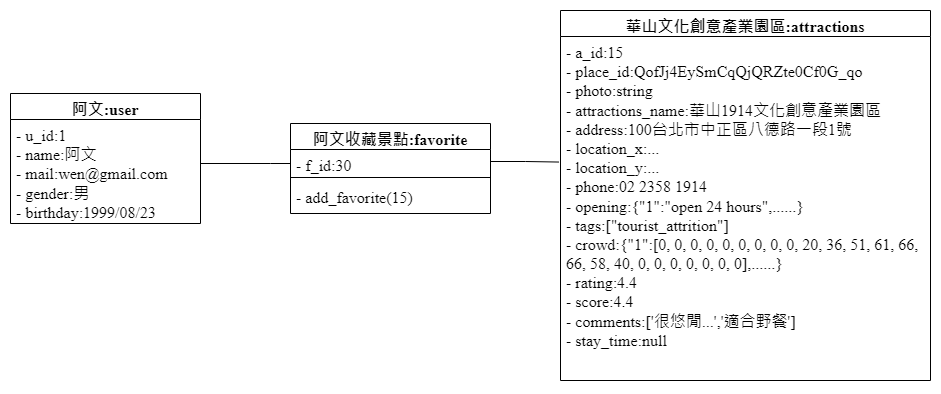
Earlier version of the draw.io export 物件圖-景點資訊0430.png (10946009/ntub_112403). Source tidied: cells renumbered, new cells last; positions are measured from the earlier drawing's top-left corner, leaving out a move shared by most shapes.
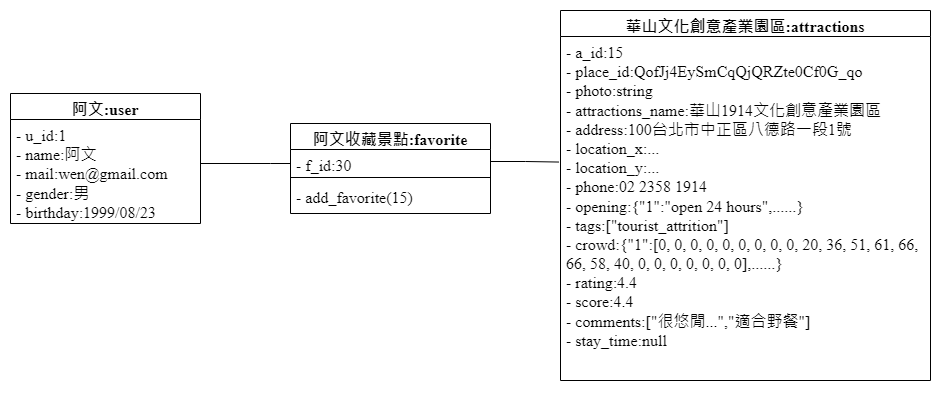
After the change.

Change to the diagram source:
```diff
@@ -5,7 +5,7 @@
     <mxCell id="2" value="華山文化創意產業園區:attractions" style="swimlane;fontStyle=1;align=center;verticalAlign=top;horizontal=1;startSize=26;whiteSpace=wrap;html=1;fontFamily=Times New Roman;fontSize=16;" parent="1" vertex="1">
       <mxGeometry x="550" width="370" height="370" as="geometry" />
     </mxCell>
-    <mxCell id="3" value="- a_id:15&lt;br style=&quot;border-color: var(--border-color);&quot;&gt;- place_id:QofJj4EySmCqQjQRZte0Cf0G_qo&lt;br style=&quot;border-color: var(--border-color);&quot;&gt;- photo:string&lt;br style=&quot;border-color: var(--border-color);&quot;&gt;&lt;span style=&quot;border-color: var(--border-color);&quot;&gt;- attractions_name:華山1914文化創意產業園區&lt;/span&gt;&lt;br style=&quot;border-color: var(--border-color);&quot;&gt;&lt;span style=&quot;border-color: var(--border-color);&quot;&gt;- address:100台北市中正區八德路一段1號&lt;/span&gt;&lt;br style=&quot;border-color: var(--border-color);&quot;&gt;&lt;span style=&quot;border-color: var(--border-color);&quot;&gt;- location_x:...&lt;/span&gt;&lt;br style=&quot;border-color: var(--border-color);&quot;&gt;&lt;span style=&quot;border-color: var(--border-color);&quot;&gt;- location_y:...&lt;/span&gt;&lt;br style=&quot;border-color: var(--border-color);&quot;&gt;&lt;span style=&quot;border-color: var(--border-color);&quot;&gt;- phone:02 2358 1914&lt;/span&gt;&lt;br style=&quot;border-color: var(--border-color);&quot;&gt;&lt;span style=&quot;border-color: var(--border-color);&quot;&gt;- opening:&lt;/span&gt;{&quot;1&quot;:&quot;open 24 hours&quot;,......}&lt;br style=&quot;border-color: var(--border-color);&quot;&gt;&lt;span style=&quot;border-color: var(--border-color);&quot;&gt;- tags:[&quot;tourist_attrition&quot;]&lt;/span&gt;&lt;br style=&quot;border-color: var(--border-color);&quot;&gt;&lt;span style=&quot;border-color: var(--border-color);&quot;&gt;- crowd:&lt;/span&gt;{&quot;1&quot;:[0, 0, 0, 0, 0, 0, 0, 0, 0, 20, 36, 51, 61, 66, 66, 58, 40, 0, 0, 0, 0, 0, 0, 0],......}&lt;br style=&quot;border-color: var(--border-color);&quot;&gt;&lt;span style=&quot;border-color: var(--border-color);&quot;&gt;- rating:4.4&lt;/span&gt;&lt;br style=&quot;border-color: var(--border-color);&quot;&gt;&lt;span style=&quot;border-color: var(--border-color);&quot;&gt;- score:4.4&lt;/span&gt;&lt;br style=&quot;border-color: var(--border-color);&quot;&gt;&lt;span style=&quot;border-color: var(--border-color);&quot;&gt;- comments:&lt;/span&gt;['很悠閒...','適合野餐']&lt;br style=&quot;border-color: var(--border-color);&quot;&gt;&lt;span style=&quot;border-color: var(--border-color);&quot;&gt;- stay_time:null&lt;/span&gt;" style="text;strokeColor=none;fillColor=none;align=left;verticalAlign=top;spacingLeft=4;spacingRight=4;overflow=hidden;points=[[0,0.5],[1,0.5]];portConstraint=eastwest;whiteSpace=wrap;html=1;fontFamily=Times New Roman;fontSize=16;" parent="2" vertex="1">
+    <mxCell id="3" value="- a_id:15&lt;br style=&quot;border-color: var(--border-color);&quot;&gt;- place_id:QofJj4EySmCqQjQRZte0Cf0G_qo&lt;br style=&quot;border-color: var(--border-color);&quot;&gt;- photo:string&lt;br style=&quot;border-color: var(--border-color);&quot;&gt;&lt;span style=&quot;border-color: var(--border-color);&quot;&gt;- attractions_name:華山1914文化創意產業園區&lt;/span&gt;&lt;br style=&quot;border-color: var(--border-color);&quot;&gt;&lt;span style=&quot;border-color: var(--border-color);&quot;&gt;- address:100台北市中正區八德路一段1號&lt;/span&gt;&lt;br style=&quot;border-color: var(--border-color);&quot;&gt;&lt;span style=&quot;border-color: var(--border-color);&quot;&gt;- location_x:...&lt;/span&gt;&lt;br style=&quot;border-color: var(--border-color);&quot;&gt;&lt;span style=&quot;border-color: var(--border-color);&quot;&gt;- location_y:...&lt;/span&gt;&lt;br style=&quot;border-color: var(--border-color);&quot;&gt;&lt;span style=&quot;border-color: var(--border-color);&quot;&gt;- phone:02 2358 1914&lt;/span&gt;&lt;br style=&quot;border-color: var(--border-color);&quot;&gt;&lt;span style=&quot;border-color: var(--border-color);&quot;&gt;- opening:&lt;/span&gt;{&quot;1&quot;:&quot;open 24 hours&quot;,......}&lt;br style=&quot;border-color: var(--border-color);&quot;&gt;&lt;span style=&quot;border-color: var(--border-color);&quot;&gt;- tags:[&quot;tourist_attrition&quot;]&lt;/span&gt;&lt;br style=&quot;border-color: var(--border-color);&quot;&gt;&lt;span style=&quot;border-color: var(--border-color);&quot;&gt;- crowd:&lt;/span&gt;{&quot;1&quot;:[0, 0, 0, 0, 0, 0, 0, 0, 0, 20, 36, 51, 61, 66, 66, 58, 40, 0, 0, 0, 0, 0, 0, 0],......}&lt;br style=&quot;border-color: var(--border-color);&quot;&gt;&lt;span style=&quot;border-color: var(--border-color);&quot;&gt;- rating:4.4&lt;/span&gt;&lt;br style=&quot;border-color: var(--border-color);&quot;&gt;&lt;span style=&quot;border-color: var(--border-color);&quot;&gt;- score:4.4&lt;/span&gt;&lt;br style=&quot;border-color: var(--border-color);&quot;&gt;&lt;span style=&quot;border-color: var(--border-color);&quot;&gt;- comments:&lt;/span&gt;[&quot;很悠閒...&quot;,&quot;適合野餐&quot;]&lt;br style=&quot;border-color: var(--border-color);&quot;&gt;&lt;span style=&quot;border-color: var(--border-color);&quot;&gt;- stay_time:null&lt;/span&gt;" style="text;strokeColor=none;fillColor=none;align=left;verticalAlign=top;spacingLeft=4;spacingRight=4;overflow=hidden;points=[[0,0.5],[1,0.5]];portConstraint=eastwest;whiteSpace=wrap;html=1;fontFamily=Times New Roman;fontSize=16;" parent="2" vertex="1">
       <mxGeometry y="26" width="370" height="344" as="geometry" />
     </mxCell>
     <mxCell id="4" value="阿文收藏景點:favorite" style="swimlane;fontStyle=1;align=center;verticalAlign=top;horizontal=1;startSize=26;whiteSpace=wrap;html=1;fontFamily=Times New Roman;fontSize=16;" parent="1" vertex="1">
```
